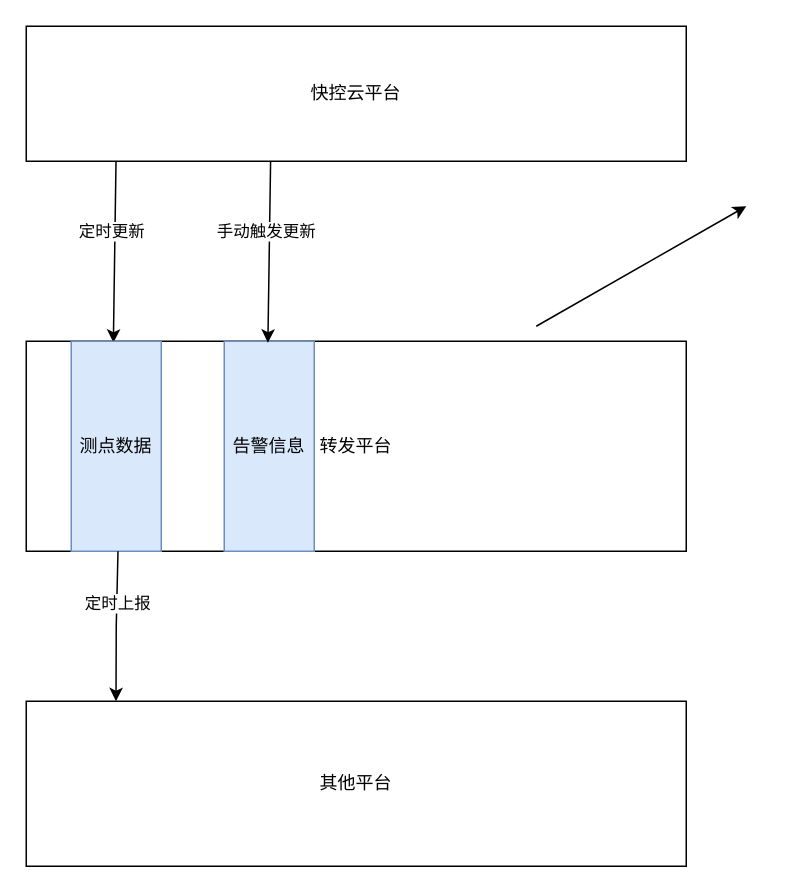
Above: 告警信息转发.drawio in foreverfirst/draw (draw.io), before the change. Source tidied: cells renumbered, new cells numbered last; positions are measured from the earlier drawing's top-left corner, leaving out a move shared by most shapes. Both pictures are drawn from the tidied source at 150%, with x=0, y=0 at pixel (26, 26).
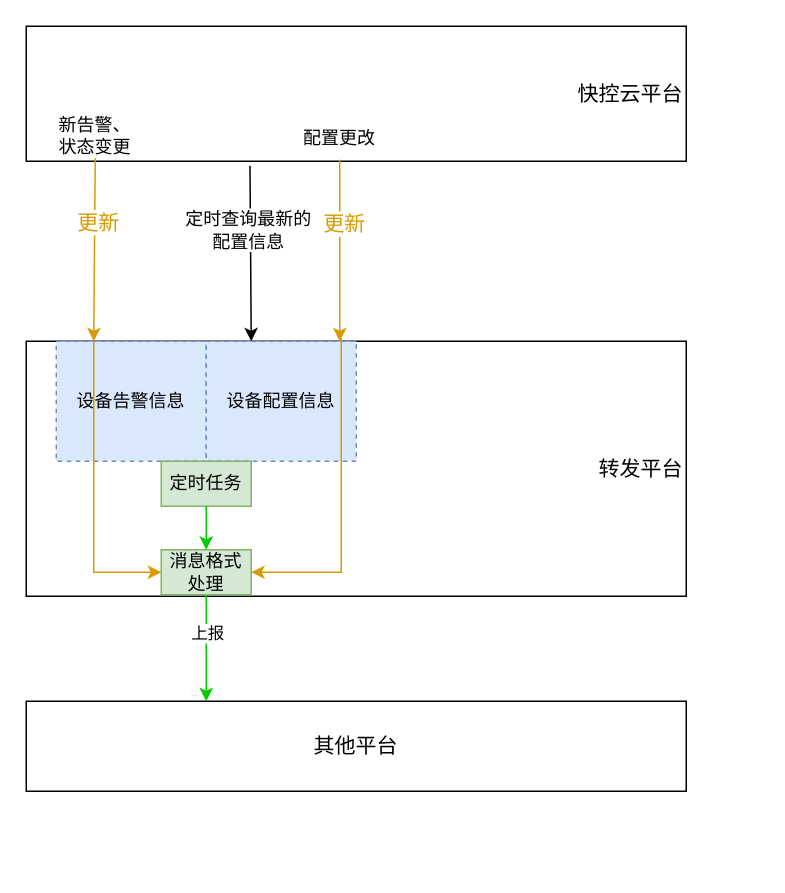
The same page after the edit.

Commit message (it also covers changes not shown here):
更新告警信息转发.drawio

Diff of the diagram source:
```diff
@@
-    <mxCell id="2" value="快控云平台" style="rounded=0;whiteSpace=wrap;html=1;" parent="1" vertex="1">
+    <mxCell id="2" value="&lt;font style=&quot;font-size: 14px;&quot;&gt;快控云平台&lt;/font&gt;" style="rounded=0;whiteSpace=wrap;html=1;align=right;" parent="1" vertex="1">
       <mxGeometry width="440" height="90" as="geometry" />
     </mxCell>
-    <mxCell id="3" value="转发平台" style="rounded=0;whiteSpace=wrap;html=1;" parent="1" vertex="1">
-      <mxGeometry y="210" width="440" height="140" as="geometry" />
+    <mxCell id="3" value="&lt;font style=&quot;font-size: 14px;&quot;&gt;转发平台&lt;/font&gt;" style="rounded=0;whiteSpace=wrap;html=1;align=right;" parent="1" vertex="1">
+      <mxGeometry y="210" width="440" height="170" as="geometry" />
     </mxCell>
-    <mxCell id="4" style="endArrow=classic;html=1;rounded=0;" parent="1" edge="1">
-      <mxGeometry relative="1" as="geometry">
-        <mxPoint x="340" y="200" as="sourcePoint" />
-        <mxPoint x="480" y="120" as="targetPoint" />
-      </mxGeometry>
-    </mxCell>
-    <mxCell id="5" style="endArrow=classic;html=1;rounded=0;entryX=0.132;entryY=0.007;entryDx=0;entryDy=0;entryPerimeter=0;exitX=0.136;exitY=1;exitDx=0;exitDy=0;exitPerimeter=0;" parent="1" edge="1" source="2" target="3">
-      <mxGeometry relative="1" as="geometry" />
-    </mxCell>
-    <mxCell id="6" value="定时更新" style="edgeLabel;html=1;align=center;verticalAlign=middle;" parent="5" vertex="1">
-      <mxGeometry x="-0.22" y="-3" relative="1" as="geometry" />
-    </mxCell>
-    <mxCell id="7" value="其他平台" style="rounded=0;whiteSpace=wrap;html=1;" parent="1" vertex="1">
-      <mxGeometry y="450" width="440" height="110" as="geometry" />
+    <mxCell id="7" value="&lt;font style=&quot;font-size: 14px;&quot;&gt;其他平台&lt;/font&gt;" style="rounded=0;whiteSpace=wrap;html=1;" parent="1" vertex="1">
+      <mxGeometry y="450" width="440" height="60" as="geometry" />
     </mxCell>
-    <mxCell id="8" value="测点数据" style="text;html=1;strokeColor=#6c8ebf;fillColor=#dae8fc;align=center;verticalAlign=middle;whiteSpace=wrap;rounded=0;" parent="1" vertex="1">
-      <mxGeometry x="30" y="210" width="60" height="140" as="geometry" />
-    </mxCell>
-    <mxCell id="9" style="endArrow=classic;html=1;rounded=0;entryX=0.136;entryY=0;entryDx=0;entryDy=0;entryPerimeter=0;exitX=0.139;exitY=1;exitDx=0;exitDy=0;exitPerimeter=0;" parent="1" edge="1" source="3" target="7">
+    <mxCell id="9" style="endArrow=classic;html=1;rounded=0;fillColor=#fff2cc;strokeColor=#00CC00;exitX=0.5;exitY=1;exitDx=0;exitDy=0;" parent="1" edge="1" source="25">
       <mxGeometry relative="1" as="geometry">
-        <Array as="points">
-          <mxPoint x="60" y="400" />
-        </Array>
+        <mxPoint x="120" y="450" as="targetPoint" />
       </mxGeometry>
     </mxCell>
-    <mxCell id="10" value="定时上报" style="edgeLabel;html=1;align=center;verticalAlign=middle;" parent="9" vertex="1">
+    <mxCell id="10" value="上报" style="edgeLabel;html=1;align=center;verticalAlign=middle;" parent="9" vertex="1">
       <mxGeometry x="-0.3" relative="1" as="geometry" />
     </mxCell>
-    <mxCell id="11" value="告警信息" style="text;html=1;strokeColor=#6c8ebf;fillColor=#dae8fc;align=center;verticalAlign=middle;whiteSpace=wrap;rounded=0;" parent="1" vertex="1">
-      <mxGeometry x="132" y="210" width="60" height="140" as="geometry" />
+    <mxCell id="11" value="设备告警信息" style="text;html=1;strokeColor=#6c8ebf;fillColor=#dae8fc;align=center;verticalAlign=middle;whiteSpace=wrap;rounded=0;dashed=1;" parent="1" vertex="1">
+      <mxGeometry x="20" y="210" width="100" height="80" as="geometry" />
     </mxCell>
-    <mxCell id="12" style="endArrow=classic;html=1;rounded=0;entryX=0.132;entryY=0.007;entryDx=0;entryDy=0;entryPerimeter=0;exitX=0.136;exitY=1;exitDx=0;exitDy=0;exitPerimeter=0;" parent="1" edge="1">
-      <mxGeometry relative="1" as="geometry">
-        <mxPoint x="162.9" y="90" as="sourcePoint" />
-        <mxPoint x="161.1" y="211" as="targetPoint" />
-      </mxGeometry>
-    </mxCell>
-    <mxCell id="13" value="手动触发更新" style="edgeLabel;html=1;align=center;verticalAlign=middle;" parent="12" vertex="1">
-      <mxGeometry x="-0.22" y="-3" relative="1" as="geometry" />
-    </mxCell>
+    <mxCell id="14" value="新告警、状态变更" style="text;html=1;strokeColor=none;fillColor=none;align=center;verticalAlign=middle;whiteSpace=wrap;rounded=0;" parent="1" vertex="1">
+      <mxGeometry x="16" y="58" width="60" height="30" as="geometry" />
+    </mxCell>
+    <mxCell id="15" value="设备配置信息" style="text;html=1;strokeColor=#6c8ebf;fillColor=#dae8fc;align=center;verticalAlign=middle;whiteSpace=wrap;rounded=0;dashed=1;" parent="1" vertex="1">
+      <mxGeometry x="120" y="210" width="100" height="80" as="geometry" />
+    </mxCell>
+    <mxCell id="16" value="&lt;font style=&quot;font-size: 12px;&quot;&gt;配置更改&lt;/font&gt;" style="text;html=1;strokeColor=none;fillColor=none;align=center;verticalAlign=middle;whiteSpace=wrap;rounded=0;fontSize=14;" parent="1" vertex="1">
+      <mxGeometry x="179" y="59" width="60" height="30" as="geometry" />
+    </mxCell>
+    <mxCell id="17" style="endArrow=classic;html=1;rounded=0;fontSize=14;exitX=0.5;exitY=1;exitDx=0;exitDy=0;fillColor=#ffe6cc;strokeColor=#D79B00;" parent="1" edge="1" source="16">
+      <mxGeometry relative="1" as="geometry">
+        <mxPoint x="209" y="210" as="targetPoint" />
+      </mxGeometry>
+    </mxCell>
+    <mxCell id="18" value="&lt;font color=&quot;#d79b00&quot;&gt;更新&lt;/font&gt;" style="edgeLabel;html=1;align=center;verticalAlign=middle;fontSize=14;" parent="17" vertex="1">
+      <mxGeometry x="-0.31" y="2" relative="1" as="geometry" />
+    </mxCell>
+    <mxCell id="19" style="endArrow=classic;html=1;rounded=0;fontSize=12;exitX=0.339;exitY=1.033;exitDx=0;exitDy=0;exitPerimeter=0;" parent="1" edge="1" source="2">
+      <mxGeometry relative="1" as="geometry">
+        <mxPoint x="150" y="210" as="targetPoint" />
+      </mxGeometry>
+    </mxCell>
+    <mxCell id="20" value="定时查询最新的&lt;br&gt;配置信息" style="edgeLabel;html=1;align=center;verticalAlign=middle;fontSize=12;" parent="19" vertex="1">
+      <mxGeometry x="-0.27" y="-2" relative="1" as="geometry" />
+    </mxCell>
+    <mxCell id="21" style="endArrow=classic;html=1;rounded=0;fontSize=14;fillColor=#ffe6cc;strokeColor=#d79b00;exitX=0.5;exitY=1;exitDx=0;exitDy=0;entryX=0.25;entryY=0;entryDx=0;entryDy=0;" parent="1" edge="1" source="14" target="11">
+      <mxGeometry relative="1" as="geometry" />
+    </mxCell>
+    <mxCell id="22" value="&lt;font color=&quot;#d79b00&quot;&gt;更新&lt;/font&gt;" style="edgeLabel;html=1;align=center;verticalAlign=middle;fontSize=14;" parent="21" vertex="1">
+      <mxGeometry x="-0.31" y="2" relative="1" as="geometry" />
+    </mxCell>
+    <mxCell id="23" value="定时任务" style="text;html=1;strokeColor=#82b366;fillColor=#d5e8d4;align=center;verticalAlign=middle;whiteSpace=wrap;rounded=0;fontSize=12;" parent="1" vertex="1">
+      <mxGeometry x="90" y="290" width="60" height="30" as="geometry" />
+    </mxCell>
+    <mxCell id="24" style="endArrow=classic;html=1;rounded=0;strokeColor=#00CC00;fontSize=12;exitX=0.5;exitY=1;exitDx=0;exitDy=0;" parent="1" edge="1" source="23" target="25">
+      <mxGeometry relative="1" as="geometry" />
+    </mxCell>
+    <mxCell id="25" value="消息格式处理" style="text;html=1;strokeColor=#82b366;fillColor=#d5e8d4;align=center;verticalAlign=middle;whiteSpace=wrap;rounded=0;fontSize=12;" parent="1" vertex="1">
+      <mxGeometry x="90" y="349" width="60" height="30" as="geometry" />
+    </mxCell>
+    <mxCell id="26" style="endArrow=classic;html=1;rounded=0;fontSize=14;fillColor=#ffe6cc;strokeColor=#d79b00;exitX=0.25;exitY=0;exitDx=0;exitDy=0;entryX=0;entryY=0.5;entryDx=0;entryDy=0;" parent="1" edge="1" source="11" target="25">
+      <mxGeometry relative="1" as="geometry">
+        <Array as="points">
+          <mxPoint x="45" y="364" />
+        </Array>
+      </mxGeometry>
+    </mxCell>
+    <mxCell id="27" style="endArrow=classic;html=1;rounded=0;fontSize=14;exitX=0.9;exitY=-0.025;exitDx=0;exitDy=0;fillColor=#ffe6cc;strokeColor=#d79b00;entryX=1;entryY=0.5;entryDx=0;entryDy=0;exitPerimeter=0;" parent="1" edge="1" source="15" target="25">
+      <mxGeometry relative="1" as="geometry">
+        <Array as="points">
+          <mxPoint x="210" y="364" />
+        </Array>
+      </mxGeometry>
+    </mxCell>
```
